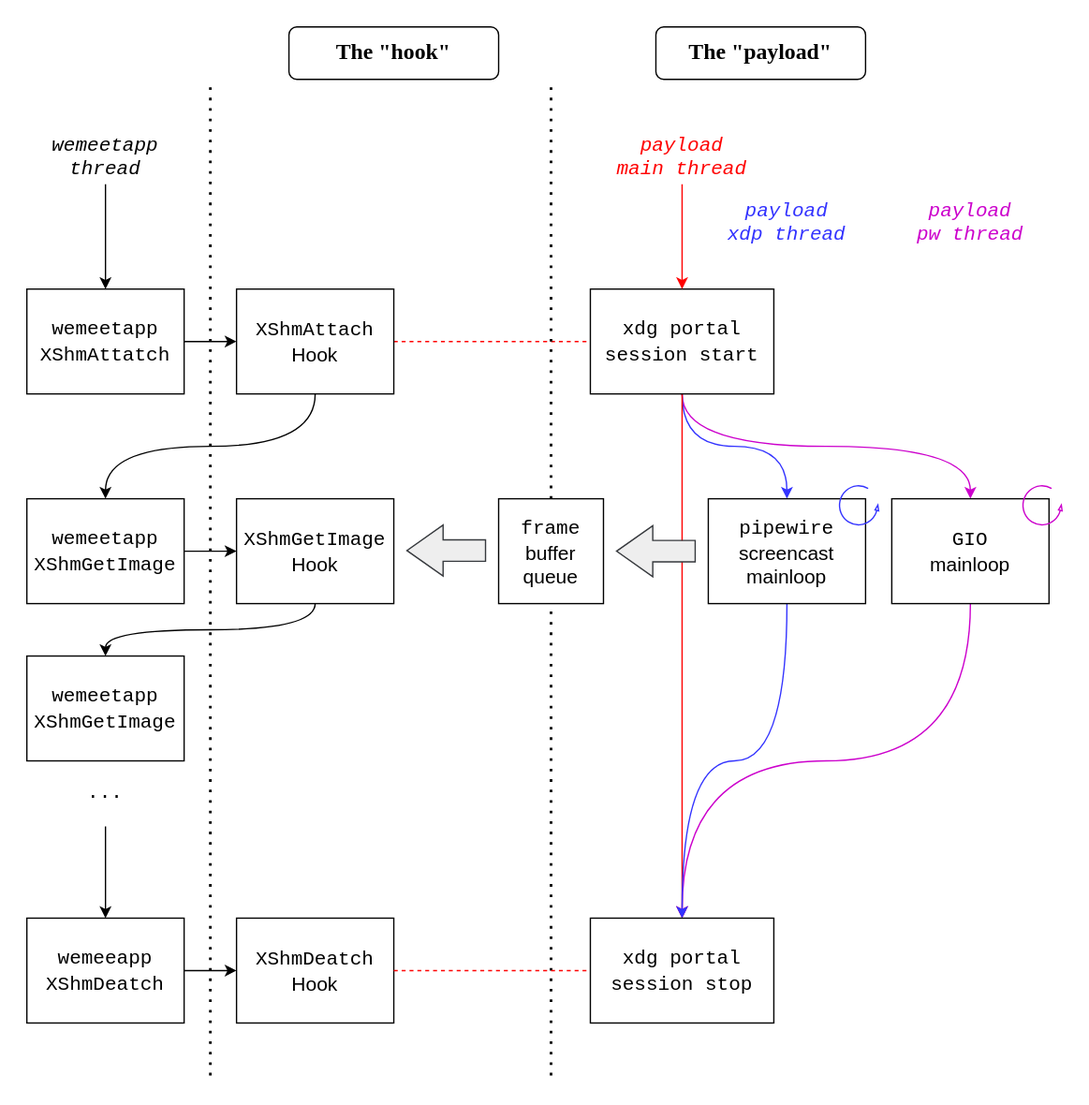
The draw.io diagram resource/diagram.svg in novel2430/wemeet-wayland-screenshare, before a commit. Source tidied: cells renumbered, new cells last; positions are measured from the earlier drawing's top-left corner, leaving out a move shared by most shapes.
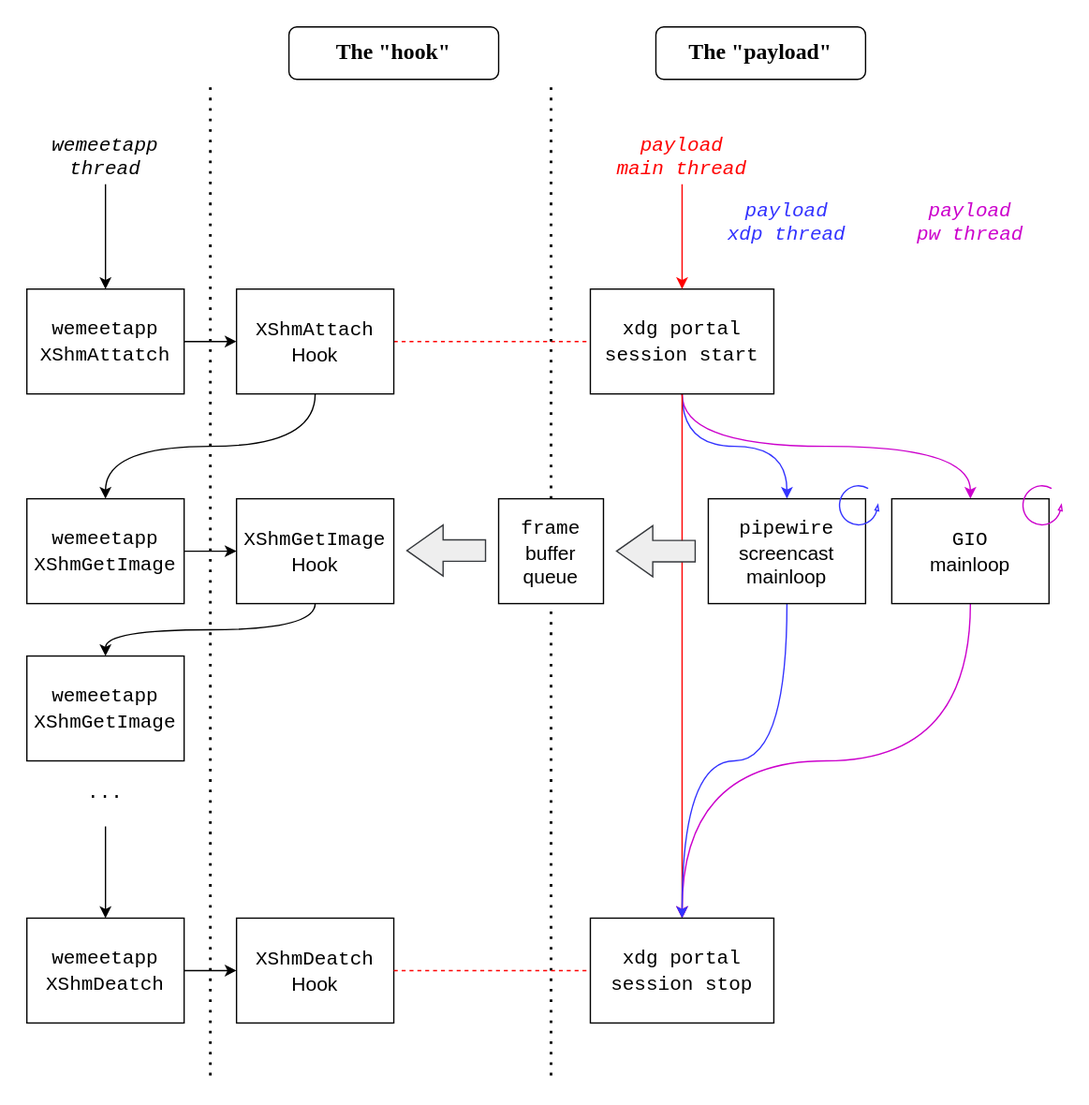
The same diagram one commit later.

Diff of the diagram source:
```diff
@@ -34,7 +34,7 @@
     <mxCell id="10" style="edgeStyle=orthogonalEdgeStyle;curved=1;rounded=1;html=1;exitX=1;exitY=0.5;exitDx=0;exitDy=0;entryX=0;entryY=0.5;entryDx=0;entryDy=0;strokeColor=#000000;fontFamily=Courier New;fontSize=15;fontColor=#FF0000;endArrow=classic;endFill=1;elbow=vertical;" parent="1" edge="1" source="11" target="30">
       <mxGeometry relative="1" as="geometry" />
     </mxCell>
-    <mxCell id="11" value="&lt;font style=&quot;font-size: 15px;&quot;&gt;&lt;font face=&quot;Courier New&quot; style=&quot;font-size: 15px;&quot;&gt;wemeeapp&lt;br style=&quot;font-size: 15px;&quot;&gt;XShmDeatch&lt;/font&gt;&lt;br style=&quot;font-size: 15px;&quot;&gt;&lt;/font&gt;" style="rounded=0;whiteSpace=wrap;html=1;fontSize=15;" parent="1" vertex="1">
+    <mxCell id="11" value="&lt;font style=&quot;font-size: 15px;&quot;&gt;&lt;font face=&quot;Courier New&quot; style=&quot;font-size: 15px;&quot;&gt;wemeetapp&lt;br style=&quot;font-size: 15px;&quot;&gt;XShmDeatch&lt;/font&gt;&lt;br style=&quot;font-size: 15px;&quot;&gt;&lt;/font&gt;" style="rounded=0;whiteSpace=wrap;html=1;fontSize=15;" parent="1" vertex="1">
       <mxGeometry y="680" width="120" height="80" as="geometry" />
     </mxCell>
     <mxCell id="12" style="endArrow=classic;html=1;fontFamily=Courier New;fontSize=15;entryX=0.5;entryY=0;entryDx=0;entryDy=0;" parent="1" edge="1" target="11">
```
